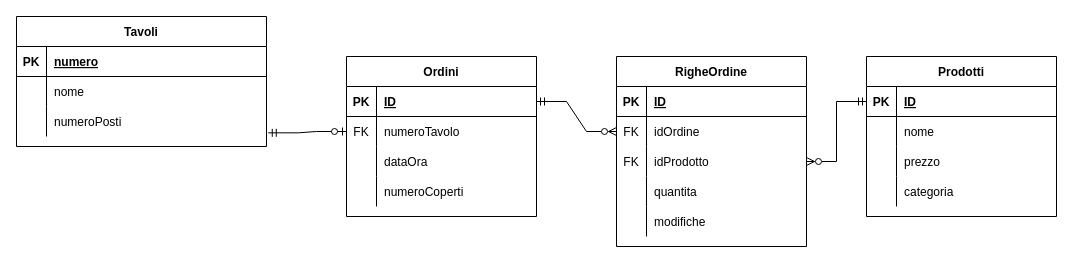
frncg1tsalvad0r/ristorantePHP keeps this draw.io diagram as doc/ristorante.drawio. Above is the earlier version. Source tidied: cells renumbered, new cells numbered last; positions are measured from the earlier drawing's top-left corner, leaving out a move shared by most shapes. Both pictures are drawn from the tidied source at 100%, with x=0, y=0 at pixel (16, 16).
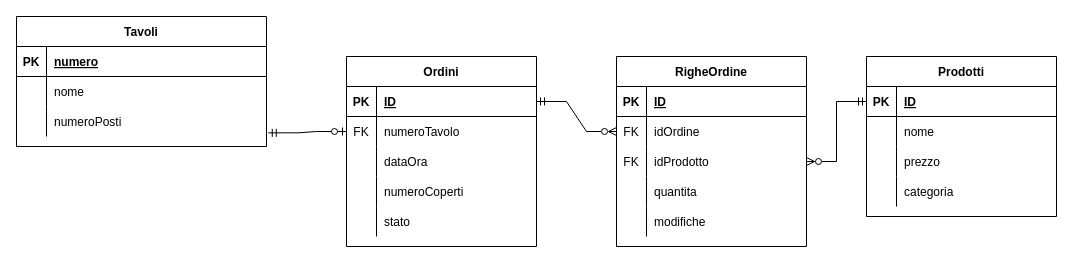
The same diagram, later.

Commit message (it also covers changes not shown here):
Ristorante Step 5

Diff of the diagram source:
```diff
@@
     <mxCell id="12" value="Ordini" style="shape=table;startSize=30;childLayout=tableLayout;rowLines=0;fontStyle=1;align=center;" parent="1" vertex="1">
-      <mxGeometry x="330" y="40" width="190" height="160" as="geometry" />
+      <mxGeometry x="330" y="40" width="190" height="190" as="geometry" />
     </mxCell>
@@
+    <mxCell id="57" style="shape=partialRectangle;fillColor=none;top=0;left=0;right=0;bottom=0;" parent="12" vertex="1">
+      <mxGeometry y="150" width="190" height="30" as="geometry" />
+    </mxCell>
+    <mxCell id="58" style="shape=partialRectangle;overflow=hidden;fillColor=none;top=0;left=0;bottom=0;right=0;" parent="57" vertex="1">
+      <mxGeometry width="30" height="30" as="geometry" />
+    </mxCell>
+    <mxCell id="59" value="stato" style="shape=partialRectangle;overflow=hidden;fillColor=none;top=0;left=0;bottom=0;right=0;align=left;spacingLeft=6;" parent="57" vertex="1">
+      <mxGeometry x="30" width="160" height="30" as="geometry" />
+    </mxCell>
```
